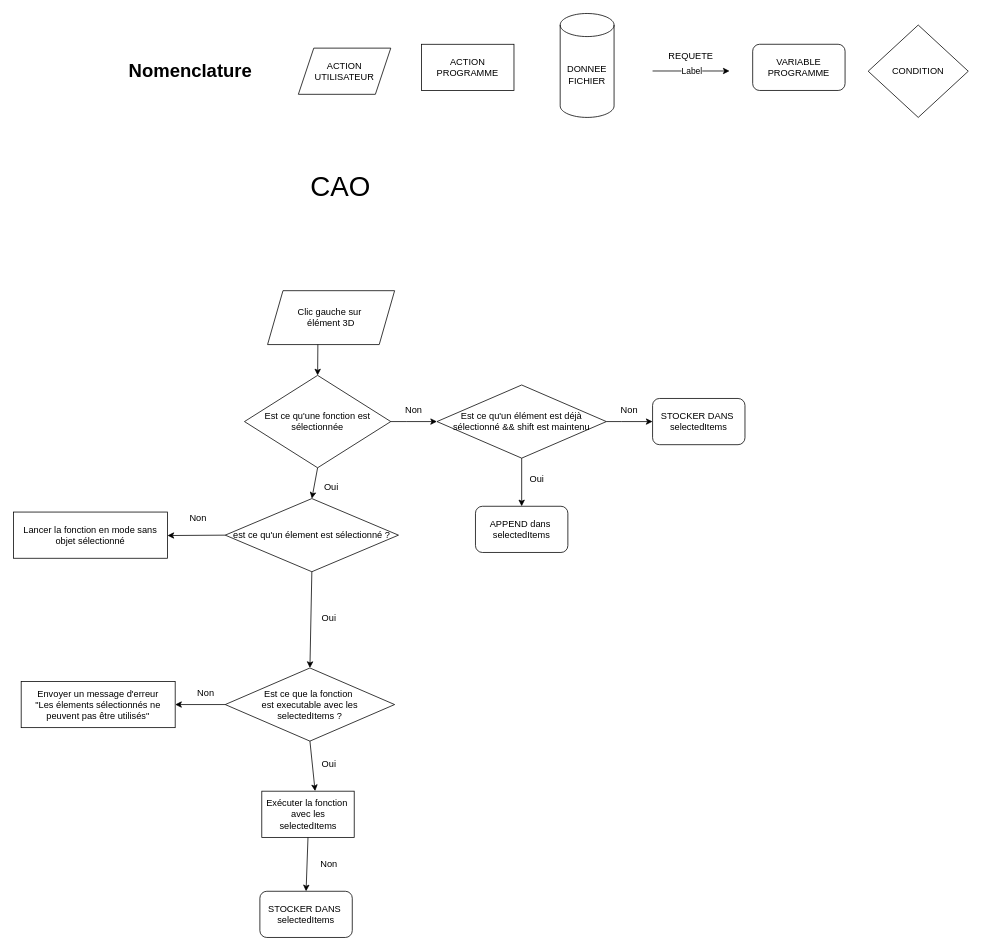
Before: DIAGRAMME_PJT.drawio in alexandreb49/english_project, a draw.io diagram. Source tidied: cells renumbered, new cells numbered last; positions are measured from the earlier drawing's top-left corner, leaving out a move shared by most shapes. Both pictures are drawn from the tidied source at 77%, with x=0, y=0 at pixel (13, 13).
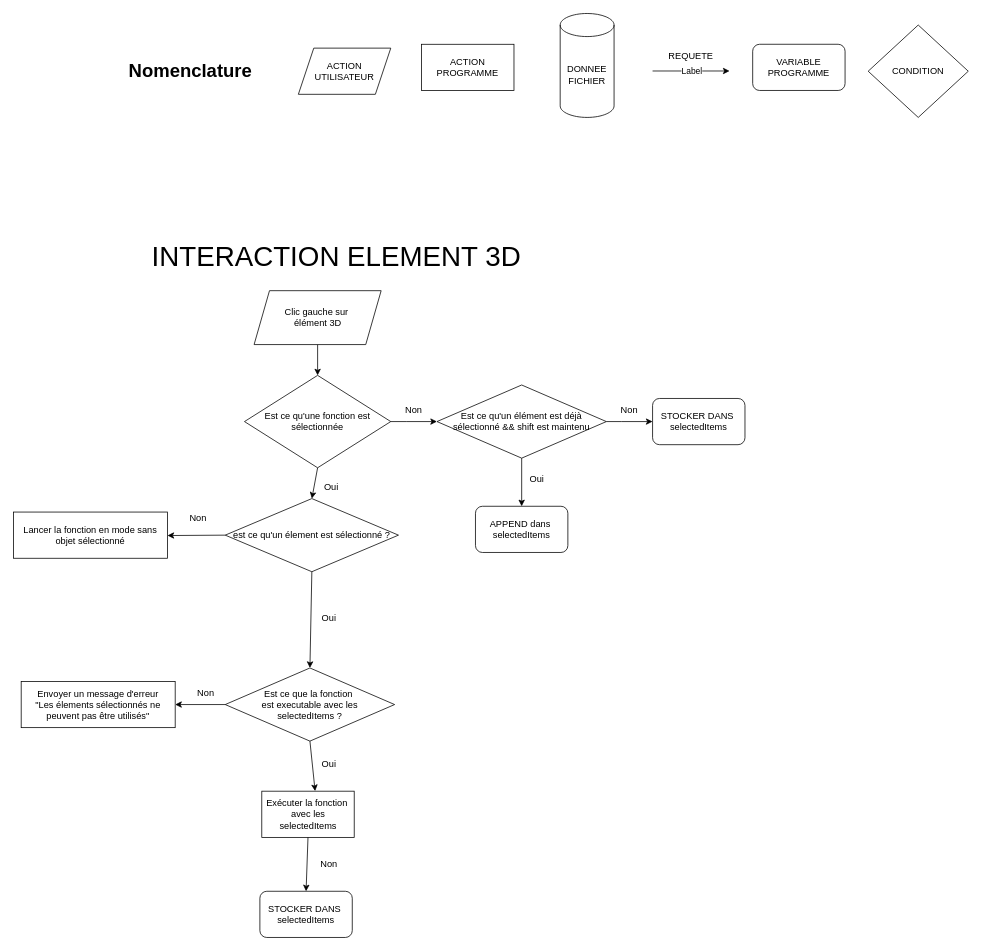
The same page after the edit.

Commit message:
Mettre à jour DIAGRAMME_PJT.drawio

The change refers to these unchanged cells:
```xml
<mxCell id="7" value="Est ce qu'une fonction est sélectionnée" style="rhombus;whiteSpace=wrap;html=1;" parent="1" vertex="1">
  <mxGeometry x="300" y="470" width="190" height="120" as="geometry" />
</mxCell>
```

Change to the diagram source:
```diff
@@
-    <mxCell id="6" value="&lt;font style=&quot;font-size: 36px;&quot;&gt;CAO&lt;/font&gt;" style="text;html=1;align=center;verticalAlign=middle;whiteSpace=wrap;rounded=0;" parent="1" vertex="1">
-      <mxGeometry x="335" y="210" width="180" height="30" as="geometry" />
+    <mxCell id="6" value="&lt;font style=&quot;font-size: 36px;&quot;&gt;INTERACTION ELEMENT 3D&lt;/font&gt;" style="text;html=1;align=center;verticalAlign=middle;whiteSpace=wrap;rounded=0;" parent="1" vertex="1">
+      <mxGeometry x="127.5" y="300" width="582.5" height="30" as="geometry" />
     </mxCell>
@@
-    <mxCell id="8" style="endArrow=classic;html=1;rounded=0;exitX=0.396;exitY=0.976;exitDx=0;exitDy=0;exitPerimeter=0;entryX=0.5;entryY=0;entryDx=0;entryDy=0;" parent="1" edge="1" source="14" target="7">
+    <mxCell id="8" style="endArrow=classic;html=1;rounded=0;exitX=0.5;exitY=1;exitDx=0;exitDy=0;entryX=0.5;entryY=0;entryDx=0;entryDy=0;" parent="1" edge="1" source="14" target="7">
       <mxGeometry relative="1" as="geometry" />
     </mxCell>
@@
     <mxCell id="14" value="&lt;div&gt;&lt;br&gt;&lt;/div&gt;Clic gauche sur&amp;nbsp;&lt;div&gt;élément 3D&lt;div&gt;&lt;br&gt;&lt;/div&gt;&lt;/div&gt;" style="shape=parallelogram;perimeter=parallelogramPerimeter;whiteSpace=wrap;html=1;fixedSize=1;" parent="1" vertex="1">
-      <mxGeometry x="330" y="360" width="165" height="70" as="geometry" />
+      <mxGeometry x="312.5" y="360" width="165" height="70" as="geometry" />
     </mxCell>
```
